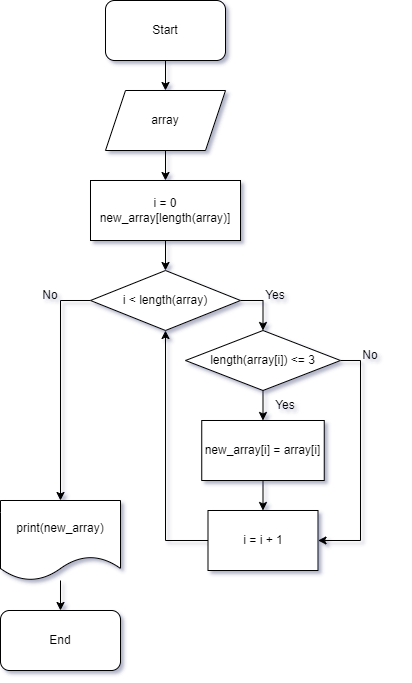
Above: block_scheme.png in falconhdegames/gb_dev_test (draw.io), before the change. Source tidied: cells renumbered, new cells last; positions are measured from the earlier drawing's top-left corner, leaving out a move shared by most shapes.
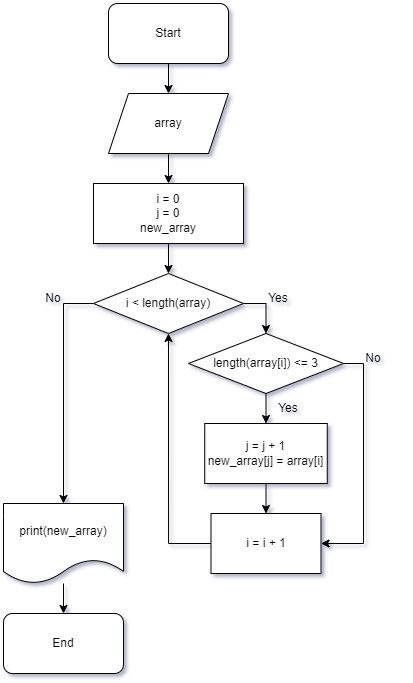
The same file after the commit.

Commit message:
Corrected mistake

Change to the diagram source:
```diff
@@ -17,7 +17,7 @@
     <mxCell id="6" style="edgeStyle=orthogonalEdgeStyle;rounded=0;jettySize=auto;html=1;exitX=0.5;exitY=1;exitDx=0;exitDy=0;entryX=0.5;entryY=0;entryDx=0;entryDy=0;" parent="1" edge="1" source="7" target="10">
       <mxGeometry relative="1" as="geometry" />
     </mxCell>
-    <mxCell id="7" value="i = 0&lt;br&gt;new_array[length(array)]" style="rounded=0;whiteSpace=wrap;html=1;" parent="1" vertex="1">
+    <mxCell id="7" value="i = 0&lt;br&gt;j = 0&lt;br&gt;new_array" style="rounded=0;whiteSpace=wrap;html=1;" parent="1" vertex="1">
       <mxGeometry x="90" y="180" width="150" height="60" as="geometry" />
     </mxCell>
     <mxCell id="8" style="edgeStyle=orthogonalEdgeStyle;rounded=0;jettySize=auto;html=1;exitX=1;exitY=0.5;exitDx=0;exitDy=0;entryX=0.5;entryY=0;entryDx=0;entryDy=0;" parent="1" edge="1" source="10" target="13">
@@ -41,7 +41,7 @@
     <mxCell id="14" style="edgeStyle=orthogonalEdgeStyle;rounded=0;jettySize=auto;html=1;exitX=0.5;exitY=1;exitDx=0;exitDy=0;entryX=0.5;entryY=0;entryDx=0;entryDy=0;" parent="1" edge="1" source="15" target="22">
       <mxGeometry relative="1" as="geometry" />
     </mxCell>
-    <mxCell id="15" value="new_array[i] = array[i]" style="rounded=0;whiteSpace=wrap;html=1;" parent="1" vertex="1">
+    <mxCell id="15" value="j = j + 1&lt;br&gt;new_array[j] = array[i]" style="rounded=0;whiteSpace=wrap;html=1;" parent="1" vertex="1">
       <mxGeometry x="201.2" y="420" width="122.5" height="60" as="geometry" />
     </mxCell>
     <mxCell id="16" style="edgeStyle=orthogonalEdgeStyle;rounded=0;jettySize=auto;html=1;entryX=0.5;entryY=0;entryDx=0;entryDy=0;" parent="1" edge="1" source="17" target="24">
```
